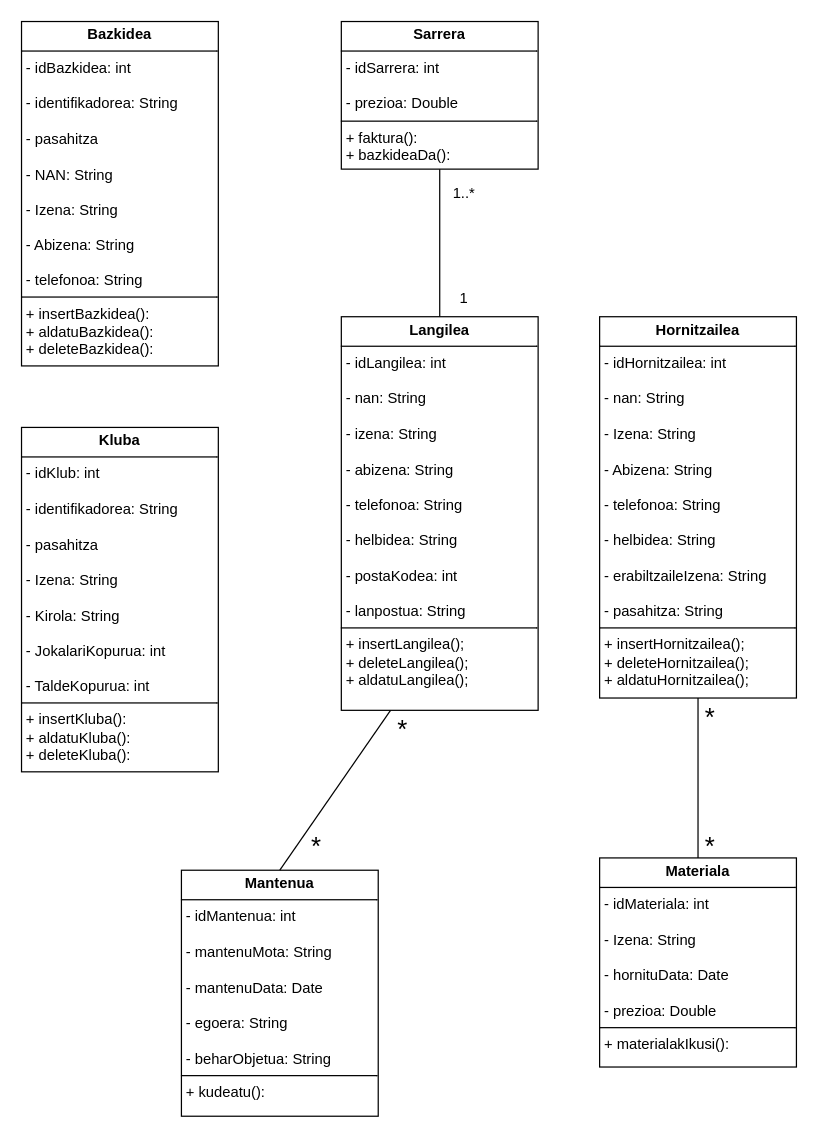
This is JAVA/Diagramak/J_KlaseDiagrama.drawio from iguisado228/3Erronka, a draw.io file, before an edit. Source tidied: cells renumbered, new cells numbered last; positions are measured from the earlier drawing's top-left corner, leaving out a move shared by most shapes. Both pictures are drawn from the tidied source at 123%, with x=0, y=0 at pixel (21, 21).
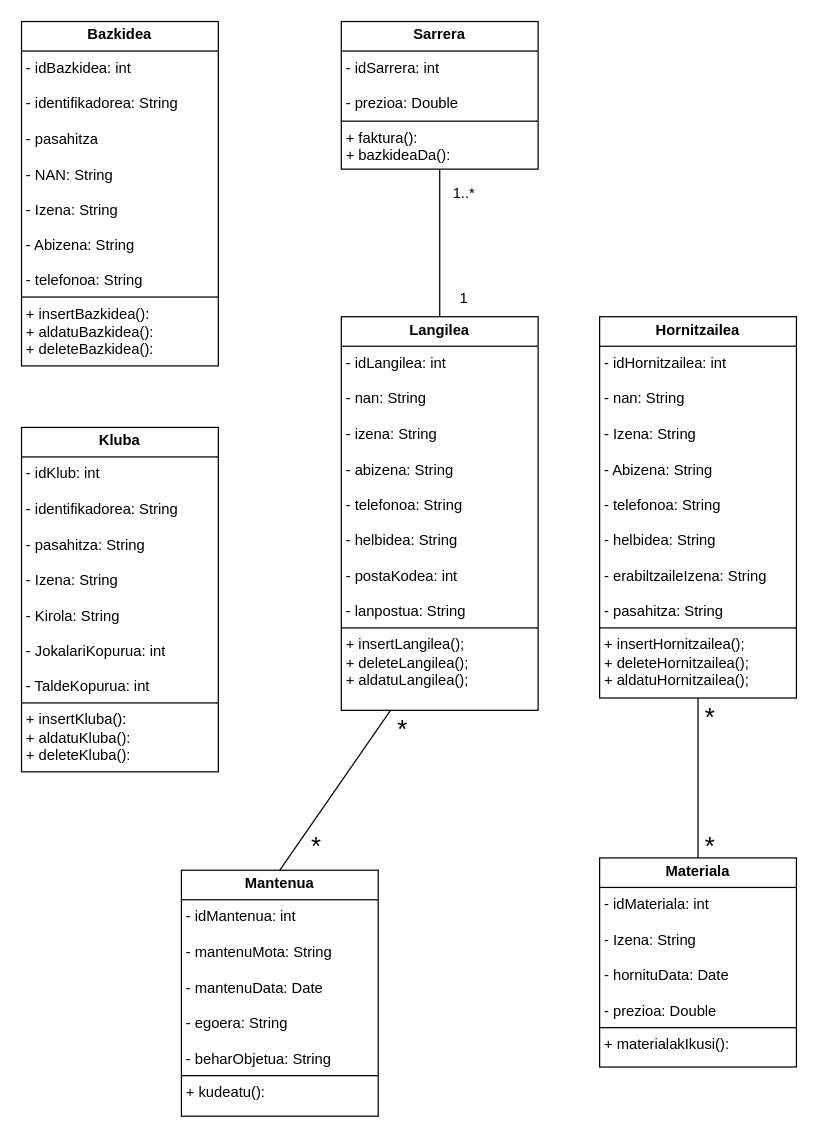
The same page after the edit.

Commit message:
Klase diagrama aldatuta

What changed in the source:
```diff
@@
 <mxGraphModel>
   <root>
     <mxCell id="0" />
     <mxCell id="1" parent="0" />
     <mxCell id="2" value="&lt;p style=&quot;margin:0px;margin-top:4px;text-align:center;&quot;&gt;&lt;b&gt;Sarrera&lt;/b&gt;&lt;/p&gt;&lt;hr size=&quot;1&quot; style=&quot;border-style:solid;&quot;&gt;&lt;p style=&quot;margin:0px;margin-left:4px;&quot;&gt;- idSarrera: int&lt;/p&gt;&lt;p style=&quot;margin:0px;margin-left:4px;&quot;&gt;&lt;br&gt;&lt;/p&gt;&lt;p style=&quot;margin:0px;margin-left:4px;&quot;&gt;- prezioa: Double&lt;/p&gt;&lt;hr size=&quot;1&quot; style=&quot;border-style:solid;&quot;&gt;&lt;p style=&quot;margin:0px;margin-left:4px;&quot;&gt;+ faktura():&lt;/p&gt;&lt;p style=&quot;margin:0px;margin-left:4px;&quot;&gt;+ bazkideaDa():&lt;/p&gt;" style="verticalAlign=top;align=left;overflow=fill;html=1;whiteSpace=wrap;" parent="1" vertex="1">
       <mxGeometry x="260" width="160" height="120" as="geometry" />
     </mxCell>
     <mxCell id="3" value="&lt;p style=&quot;margin:0px;margin-top:4px;text-align:center;&quot;&gt;&lt;b&gt;Hornitzailea&lt;/b&gt;&lt;/p&gt;&lt;hr size=&quot;1&quot; style=&quot;border-style:solid;&quot;&gt;&lt;p style=&quot;margin:0px;margin-left:4px;&quot;&gt;- idHornitzailea: int&lt;/p&gt;&lt;p style=&quot;margin:0px;margin-left:4px;&quot;&gt;&lt;br&gt;&lt;/p&gt;&lt;p style=&quot;margin:0px;margin-left:4px;&quot;&gt;- nan:&amp;nbsp;&lt;span style=&quot;background-color: transparent; color: light-dark(rgb(0, 0, 0), rgb(255, 255, 255));&quot;&gt;String&lt;/span&gt;&lt;/p&gt;&lt;p style=&quot;margin:0px;margin-left:4px;&quot;&gt;&lt;br&gt;&lt;/p&gt;&lt;p style=&quot;margin:0px;margin-left:4px;&quot;&gt;- Izena:&amp;nbsp;&lt;span style=&quot;background-color: transparent; color: light-dark(rgb(0, 0, 0), rgb(255, 255, 255));&quot;&gt;String&lt;/span&gt;&lt;/p&gt;&lt;p style=&quot;margin:0px;margin-left:4px;&quot;&gt;&lt;br&gt;&lt;/p&gt;&lt;p style=&quot;margin:0px;margin-left:4px;&quot;&gt;- Abizena: String&lt;/p&gt;&lt;p style=&quot;margin:0px;margin-left:4px;&quot;&gt;&lt;br&gt;&lt;/p&gt;&lt;p style=&quot;margin:0px;margin-left:4px;&quot;&gt;- telefonoa: String&lt;/p&gt;&lt;p style=&quot;margin:0px;margin-left:4px;&quot;&gt;&lt;br&gt;&lt;/p&gt;&lt;p style=&quot;margin:0px;margin-left:4px;&quot;&gt;- helbidea: String&lt;/p&gt;&lt;p style=&quot;margin:0px;margin-left:4px;&quot;&gt;&lt;br&gt;&lt;/p&gt;&lt;p style=&quot;margin:0px;margin-left:4px;&quot;&gt;- erabiltzaileIzena: String&lt;/p&gt;&lt;p style=&quot;margin:0px;margin-left:4px;&quot;&gt;&lt;br&gt;&lt;/p&gt;&lt;p style=&quot;margin:0px;margin-left:4px;&quot;&gt;- pasahitza: String&lt;/p&gt;&lt;hr size=&quot;1&quot; style=&quot;border-style:solid;&quot;&gt;&lt;p style=&quot;margin: 0px 0px 0px 4px;&quot;&gt;+ insertHornitzailea();&lt;/p&gt;&lt;p style=&quot;margin: 0px 0px 0px 4px;&quot;&gt;+ deleteHornitzailea();&lt;/p&gt;&lt;p style=&quot;margin: 0px 0px 0px 4px;&quot;&gt;+ aldatuHornitzailea();&lt;/p&gt;" style="verticalAlign=top;align=left;overflow=fill;html=1;whiteSpace=wrap;" parent="1" vertex="1">
       <mxGeometry x="470" y="240" width="160" height="310" as="geometry" />
     </mxCell>
     <mxCell id="4" style="endArrow=none;html=1;rounded=0;entryX=0.5;entryY=1;entryDx=0;entryDy=0;exitX=0.5;exitY=0;exitDx=0;exitDy=0;" parent="1" edge="1" source="7" target="2">
       <mxGeometry relative="1" as="geometry" />
     </mxCell>
     <mxCell id="5" value="1" style="text;html=1;align=center;verticalAlign=middle;whiteSpace=wrap;rounded=0;" parent="1" vertex="1">
       <mxGeometry x="350" y="210" width="20" height="30" as="geometry" />
     </mxCell>
     <mxCell id="6" value="1..*" style="text;html=1;align=center;verticalAlign=middle;whiteSpace=wrap;rounded=0;" parent="1" vertex="1">
       <mxGeometry x="350" y="125" width="20" height="30" as="geometry" />
     </mxCell>
     <mxCell id="7" value="&lt;p style=&quot;margin:0px;margin-top:4px;text-align:center;&quot;&gt;&lt;b&gt;Langilea&lt;/b&gt;&lt;/p&gt;&lt;hr size=&quot;1&quot; style=&quot;border-style:solid;&quot;&gt;&lt;p style=&quot;margin:0px;margin-left:4px;&quot;&gt;&lt;span style=&quot;background-color: transparent; color: light-dark(rgb(0, 0, 0), rgb(255, 255, 255));&quot;&gt;- idLangilea: int&lt;/span&gt;&lt;/p&gt;&lt;p style=&quot;margin:0px;margin-left:4px;&quot;&gt;&lt;br&gt;&lt;/p&gt;&lt;p style=&quot;margin:0px;margin-left:4px;&quot;&gt;- nan: String&lt;/p&gt;&lt;p style=&quot;margin:0px;margin-left:4px;&quot;&gt;&lt;br&gt;&lt;/p&gt;&lt;p style=&quot;margin:0px;margin-left:4px;&quot;&gt;- izena: String&lt;/p&gt;&lt;p style=&quot;margin:0px;margin-left:4px;&quot;&gt;&lt;br&gt;&lt;/p&gt;&lt;p style=&quot;margin:0px;margin-left:4px;&quot;&gt;- abizena:&amp;nbsp;&lt;span style=&quot;background-color: transparent; color: light-dark(rgb(0, 0, 0), rgb(255, 255, 255));&quot;&gt;String&lt;/span&gt;&lt;/p&gt;&lt;p style=&quot;margin:0px;margin-left:4px;&quot;&gt;&lt;br&gt;&lt;/p&gt;&lt;p style=&quot;margin:0px;margin-left:4px;&quot;&gt;- telefonoa: String&lt;/p&gt;&lt;p style=&quot;margin:0px;margin-left:4px;&quot;&gt;&lt;br&gt;&lt;/p&gt;&lt;p style=&quot;margin:0px;margin-left:4px;&quot;&gt;- helbidea: String&lt;/p&gt;&lt;p style=&quot;margin:0px;margin-left:4px;&quot;&gt;&lt;br&gt;&lt;/p&gt;&lt;p style=&quot;margin:0px;margin-left:4px;&quot;&gt;- postaKodea: int&lt;/p&gt;&lt;p style=&quot;margin:0px;margin-left:4px;&quot;&gt;&lt;br&gt;&lt;/p&gt;&lt;p style=&quot;margin:0px;margin-left:4px;&quot;&gt;- lanpostua: String&lt;/p&gt;&lt;hr size=&quot;1&quot; style=&quot;border-style:solid;&quot;&gt;&lt;p style=&quot;margin:0px;margin-left:4px;&quot;&gt;+ insertLangilea();&lt;/p&gt;&lt;p style=&quot;margin:0px;margin-left:4px;&quot;&gt;+ deleteLangilea();&lt;/p&gt;&lt;p style=&quot;margin:0px;margin-left:4px;&quot;&gt;+ aldatuLangilea();&lt;/p&gt;" style="verticalAlign=top;align=left;overflow=fill;html=1;whiteSpace=wrap;" parent="1" vertex="1">
       <mxGeometry x="260" y="240" width="160" height="320" as="geometry" />
     </mxCell>
     <mxCell id="8" value="&lt;p style=&quot;margin:0px;margin-top:4px;text-align:center;&quot;&gt;&lt;b&gt;Mantenua&lt;/b&gt;&lt;/p&gt;&lt;hr size=&quot;1&quot; style=&quot;border-style:solid;&quot;&gt;&lt;p style=&quot;margin:0px;margin-left:4px;&quot;&gt;- idMantenua: int&lt;/p&gt;&lt;p style=&quot;margin:0px;margin-left:4px;&quot;&gt;&lt;br&gt;&lt;/p&gt;&lt;p style=&quot;margin:0px;margin-left:4px;&quot;&gt;- mantenuMota: String&lt;/p&gt;&lt;p style=&quot;margin:0px;margin-left:4px;&quot;&gt;&lt;br&gt;&lt;/p&gt;&lt;p style=&quot;margin:0px;margin-left:4px;&quot;&gt;- mantenuData: Date&lt;/p&gt;&lt;p style=&quot;margin:0px;margin-left:4px;&quot;&gt;&lt;br&gt;&lt;/p&gt;&lt;p style=&quot;margin:0px;margin-left:4px;&quot;&gt;- egoera: String&lt;/p&gt;&lt;p style=&quot;margin:0px;margin-left:4px;&quot;&gt;&lt;br&gt;&lt;/p&gt;&lt;p style=&quot;margin:0px;margin-left:4px;&quot;&gt;- beharObjetua: String&lt;/p&gt;&lt;hr size=&quot;1&quot; style=&quot;border-style:solid;&quot;&gt;&lt;p style=&quot;margin:0px;margin-left:4px;&quot;&gt;+ kudeatu():&lt;/p&gt;" style="verticalAlign=top;align=left;overflow=fill;html=1;whiteSpace=wrap;" parent="1" vertex="1">
       <mxGeometry x="130" y="690" width="160" height="200" as="geometry" />
     </mxCell>
     <mxCell id="9" style="endArrow=none;html=1;rounded=0;entryX=0.25;entryY=1;entryDx=0;entryDy=0;exitX=0.5;exitY=0;exitDx=0;exitDy=0;" parent="1" edge="1" source="8" target="7">
       <mxGeometry relative="1" as="geometry" />
     </mxCell>
     <mxCell id="10" value="&lt;font style=&quot;font-size: 21px;&quot;&gt;*&lt;/font&gt;" style="text;html=1;align=center;verticalAlign=middle;whiteSpace=wrap;rounded=0;" parent="1" vertex="1">
       <mxGeometry x="230" y="660" width="20" height="20" as="geometry" />
     </mxCell>
     <mxCell id="11" value="&lt;font style=&quot;font-size: 21px;&quot;&gt;*&lt;/font&gt;" style="text;html=1;align=center;verticalAlign=middle;whiteSpace=wrap;rounded=0;" parent="1" vertex="1">
       <mxGeometry x="300" y="560" width="20" height="30" as="geometry" />
     </mxCell>
     <mxCell id="12" value="&lt;p style=&quot;margin:0px;margin-top:4px;text-align:center;&quot;&gt;&lt;b&gt;Materiala&lt;/b&gt;&lt;/p&gt;&lt;hr size=&quot;1&quot; style=&quot;border-style:solid;&quot;&gt;&lt;p style=&quot;margin:0px;margin-left:4px;&quot;&gt;- idMateriala: int&lt;/p&gt;&lt;p style=&quot;margin:0px;margin-left:4px;&quot;&gt;&lt;br&gt;&lt;/p&gt;&lt;p style=&quot;margin:0px;margin-left:4px;&quot;&gt;- Izena: String&lt;/p&gt;&lt;p style=&quot;margin:0px;margin-left:4px;&quot;&gt;&lt;br&gt;&lt;/p&gt;&lt;p style=&quot;margin:0px;margin-left:4px;&quot;&gt;- hornituData: Date&lt;/p&gt;&lt;p style=&quot;margin:0px;margin-left:4px;&quot;&gt;&lt;br&gt;&lt;/p&gt;&lt;p style=&quot;margin:0px;margin-left:4px;&quot;&gt;- prezioa: Double&lt;/p&gt;&lt;hr size=&quot;1&quot; style=&quot;border-style:solid;&quot;&gt;&lt;p style=&quot;margin:0px;margin-left:4px;&quot;&gt;+ materialakIkusi():&amp;nbsp;&lt;/p&gt;" style="verticalAlign=top;align=left;overflow=fill;html=1;whiteSpace=wrap;" parent="1" vertex="1">
       <mxGeometry x="470" y="680" width="160" height="170" as="geometry" />
     </mxCell>
     <mxCell id="13" style="endArrow=none;html=1;rounded=0;entryX=0.5;entryY=1;entryDx=0;entryDy=0;exitX=0.5;exitY=0;exitDx=0;exitDy=0;" parent="1" edge="1" source="12" target="3">
       <mxGeometry relative="1" as="geometry" />
     </mxCell>
     <mxCell id="14" value="&lt;font style=&quot;font-size: 21px;&quot;&gt;*&lt;/font&gt;" style="text;html=1;align=center;verticalAlign=middle;whiteSpace=wrap;rounded=0;" parent="1" vertex="1">
       <mxGeometry x="550" y="660" width="20" height="20" as="geometry" />
     </mxCell>
     <mxCell id="15" value="&lt;font style=&quot;font-size: 21px;&quot;&gt;*&lt;/font&gt;" style="text;html=1;align=center;verticalAlign=middle;whiteSpace=wrap;rounded=0;" parent="1" vertex="1">
       <mxGeometry x="550" y="560" width="20" height="10" as="geometry" />
     </mxCell>
     <mxCell id="16" value="&lt;p style=&quot;margin:0px;margin-top:4px;text-align:center;&quot;&gt;&lt;b&gt;Bazkidea&lt;/b&gt;&lt;/p&gt;&lt;hr size=&quot;1&quot; style=&quot;border-style:solid;&quot;&gt;&lt;p style=&quot;margin:0px;margin-left:4px;&quot;&gt;- idBazkidea: int&lt;/p&gt;&lt;p style=&quot;margin:0px;margin-left:4px;&quot;&gt;&lt;br&gt;&lt;/p&gt;&lt;p style=&quot;margin:0px;margin-left:4px;&quot;&gt;- identifikadorea: String&lt;/p&gt;&lt;p style=&quot;margin:0px;margin-left:4px;&quot;&gt;&lt;br&gt;&lt;/p&gt;&lt;p style=&quot;margin:0px;margin-left:4px;&quot;&gt;- pasahitza&lt;/p&gt;&lt;p style=&quot;margin:0px;margin-left:4px;&quot;&gt;&lt;br&gt;&lt;/p&gt;&lt;p style=&quot;margin:0px;margin-left:4px;&quot;&gt;- NAN: String&lt;/p&gt;&lt;p style=&quot;margin:0px;margin-left:4px;&quot;&gt;&lt;br&gt;&lt;/p&gt;&lt;p style=&quot;margin:0px;margin-left:4px;&quot;&gt;- Izena: String&lt;/p&gt;&lt;p style=&quot;margin:0px;margin-left:4px;&quot;&gt;&lt;br&gt;&lt;/p&gt;&lt;p style=&quot;margin:0px;margin-left:4px;&quot;&gt;- Abizena: String&lt;/p&gt;&lt;p style=&quot;margin:0px;margin-left:4px;&quot;&gt;&lt;br&gt;&lt;/p&gt;&lt;p style=&quot;margin:0px;margin-left:4px;&quot;&gt;- telefonoa: String&lt;/p&gt;&lt;hr size=&quot;1&quot; style=&quot;border-style:solid;&quot;&gt;&lt;p style=&quot;margin:0px;margin-left:4px;&quot;&gt;&lt;span style=&quot;background-color: transparent; color: light-dark(rgb(0, 0, 0), rgb(255, 255, 255));&quot;&gt;+ insertBazkidea():&lt;/span&gt;&lt;/p&gt;&lt;p style=&quot;margin:0px;margin-left:4px;&quot;&gt;+ aldatuBazkidea():&lt;/p&gt;&lt;p style=&quot;margin:0px;margin-left:4px;&quot;&gt;+ deleteBazkidea():&lt;/p&gt;" style="verticalAlign=top;align=left;overflow=fill;html=1;whiteSpace=wrap;" parent="1" vertex="1">
       <mxGeometry width="160" height="280" as="geometry" />
     </mxCell>
-    <mxCell id="17" value="&lt;p style=&quot;margin:0px;margin-top:4px;text-align:center;&quot;&gt;&lt;b&gt;Kluba&lt;/b&gt;&lt;/p&gt;&lt;hr size=&quot;1&quot; style=&quot;border-style:solid;&quot;&gt;&lt;p style=&quot;margin:0px;margin-left:4px;&quot;&gt;- idKlub: int&lt;/p&gt;&lt;p style=&quot;margin:0px;margin-left:4px;&quot;&gt;&lt;br&gt;&lt;/p&gt;&lt;p style=&quot;margin:0px;margin-left:4px;&quot;&gt;- identifikadorea: String&lt;/p&gt;&lt;p style=&quot;margin:0px;margin-left:4px;&quot;&gt;&lt;br&gt;&lt;/p&gt;&lt;p style=&quot;margin:0px;margin-left:4px;&quot;&gt;- pasahitza&lt;/p&gt;&lt;p style=&quot;margin:0px;margin-left:4px;&quot;&gt;&lt;br&gt;&lt;/p&gt;&lt;p style=&quot;margin:0px;margin-left:4px;&quot;&gt;- Izena: String&lt;/p&gt;&lt;p style=&quot;margin:0px;margin-left:4px;&quot;&gt;&lt;br&gt;&lt;/p&gt;&lt;p style=&quot;margin:0px;margin-left:4px;&quot;&gt;- Kirola: String&lt;/p&gt;&lt;p style=&quot;margin:0px;margin-left:4px;&quot;&gt;&lt;br&gt;&lt;/p&gt;&lt;p style=&quot;margin:0px;margin-left:4px;&quot;&gt;- JokalariKopurua: int&lt;/p&gt;&lt;p style=&quot;margin:0px;margin-left:4px;&quot;&gt;&lt;br&gt;&lt;/p&gt;&lt;p style=&quot;margin:0px;margin-left:4px;&quot;&gt;- TaldeKopurua: int&lt;/p&gt;&lt;hr size=&quot;1&quot; style=&quot;border-style:solid;&quot;&gt;&lt;p style=&quot;margin:0px;margin-left:4px;&quot;&gt;&lt;span style=&quot;background-color: transparent; color: light-dark(rgb(0, 0, 0), rgb(255, 255, 255));&quot;&gt;+ insertKluba():&lt;/span&gt;&lt;/p&gt;&lt;p style=&quot;margin:0px;margin-left:4px;&quot;&gt;+ aldatuKluba():&lt;/p&gt;&lt;p style=&quot;margin:0px;margin-left:4px;&quot;&gt;+ deleteKluba():&lt;/p&gt;" style="verticalAlign=top;align=left;overflow=fill;html=1;whiteSpace=wrap;" parent="1" vertex="1">
+    <mxCell id="17" value="&lt;p style=&quot;margin:0px;margin-top:4px;text-align:center;&quot;&gt;&lt;b&gt;Kluba&lt;/b&gt;&lt;/p&gt;&lt;hr size=&quot;1&quot; style=&quot;border-style:solid;&quot;&gt;&lt;p style=&quot;margin:0px;margin-left:4px;&quot;&gt;- idKlub: int&lt;/p&gt;&lt;p style=&quot;margin:0px;margin-left:4px;&quot;&gt;&lt;br&gt;&lt;/p&gt;&lt;p style=&quot;margin:0px;margin-left:4px;&quot;&gt;- identifikadorea: String&lt;/p&gt;&lt;p style=&quot;margin:0px;margin-left:4px;&quot;&gt;&lt;br&gt;&lt;/p&gt;&lt;p style=&quot;margin:0px;margin-left:4px;&quot;&gt;- pasahitza: String&lt;/p&gt;&lt;p style=&quot;margin:0px;margin-left:4px;&quot;&gt;&lt;br&gt;&lt;/p&gt;&lt;p style=&quot;margin:0px;margin-left:4px;&quot;&gt;- Izena: String&lt;/p&gt;&lt;p style=&quot;margin:0px;margin-left:4px;&quot;&gt;&lt;br&gt;&lt;/p&gt;&lt;p style=&quot;margin:0px;margin-left:4px;&quot;&gt;- Kirola: String&lt;/p&gt;&lt;p style=&quot;margin:0px;margin-left:4px;&quot;&gt;&lt;br&gt;&lt;/p&gt;&lt;p style=&quot;margin:0px;margin-left:4px;&quot;&gt;- JokalariKopurua: int&lt;/p&gt;&lt;p style=&quot;margin:0px;margin-left:4px;&quot;&gt;&lt;br&gt;&lt;/p&gt;&lt;p style=&quot;margin:0px;margin-left:4px;&quot;&gt;- TaldeKopurua: int&lt;/p&gt;&lt;hr size=&quot;1&quot; style=&quot;border-style:solid;&quot;&gt;&lt;p style=&quot;margin:0px;margin-left:4px;&quot;&gt;&lt;span style=&quot;background-color: transparent; color: light-dark(rgb(0, 0, 0), rgb(255, 255, 255));&quot;&gt;+ insertKluba():&lt;/span&gt;&lt;/p&gt;&lt;p style=&quot;margin:0px;margin-left:4px;&quot;&gt;+ aldatuKluba():&lt;/p&gt;&lt;p style=&quot;margin:0px;margin-left:4px;&quot;&gt;+ deleteKluba():&lt;/p&gt;" style="verticalAlign=top;align=left;overflow=fill;html=1;whiteSpace=wrap;" parent="1" vertex="1">
       <mxGeometry y="330" width="160" height="280" as="geometry" />
     </mxCell>
   </root>
 </mxGraphModel>
```
